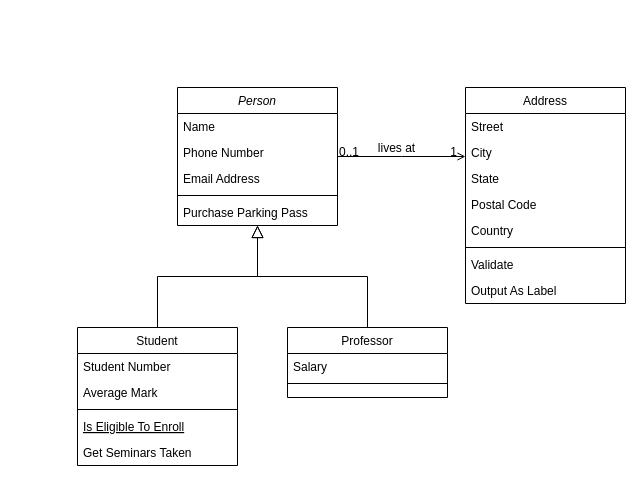
Earlier version of the draw.io diagram draws/Untitled Diagram.drawio (Rtoax/rtoax.draw.io). Source tidied: cells renumbered, new cells numbered last; positions are measured from the earlier drawing's top-left corner, leaving out a move shared by most shapes. Both pictures are drawn from the tidied source at 100%, with x=0, y=0 at pixel (77, 87).
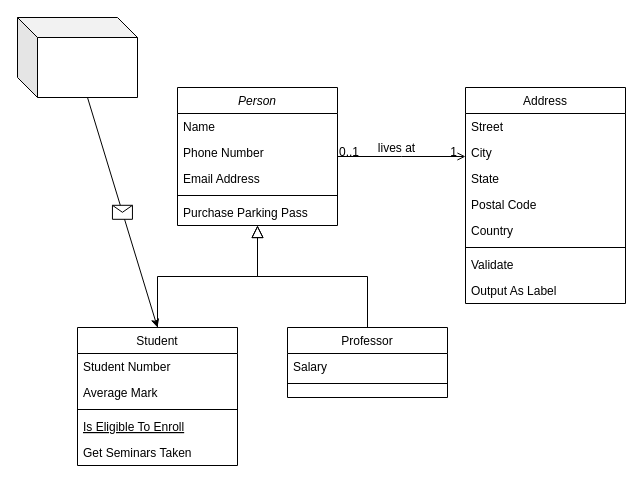
The same diagram, later.

The change refers to these unchanged cells:
```xml
<mxCell id="8" value="Student" style="swimlane;fontStyle=0;align=center;verticalAlign=top;horizontal=1;startSize=26;rounded=0;shadow=0;strokeWidth=1;" parent="1" vertex="1">
  <mxGeometry y="240" width="160" height="138" as="geometry" />
</mxCell>
```

Change to the diagram source:
```diff
@@
+    <mxCell id="32" style="shape=cube;whiteSpace=wrap;html=1;boundedLbl=1;backgroundOutline=1;darkOpacity=0.05;darkOpacity2=0.1;" parent="1" vertex="1">
+      <mxGeometry x="-60" y="-70" width="120" height="80" as="geometry" />
+    </mxCell>
+    <mxCell id="33" style="endArrow=classic;html=1;rounded=0;exitX=0;exitY=0;exitDx=70;exitDy=80;exitPerimeter=0;entryX=0.5;entryY=0;entryDx=0;entryDy=0;" parent="1" edge="1" source="32" target="8">
+      <mxGeometry relative="1" as="geometry" />
+    </mxCell>
+    <mxCell id="34" style="shape=message;html=1;" parent="33" vertex="1">
+      <mxGeometry width="20" height="14" relative="1" as="geometry">
+        <mxPoint x="-10" y="-7" as="offset" />
+      </mxGeometry>
+    </mxCell>
```
